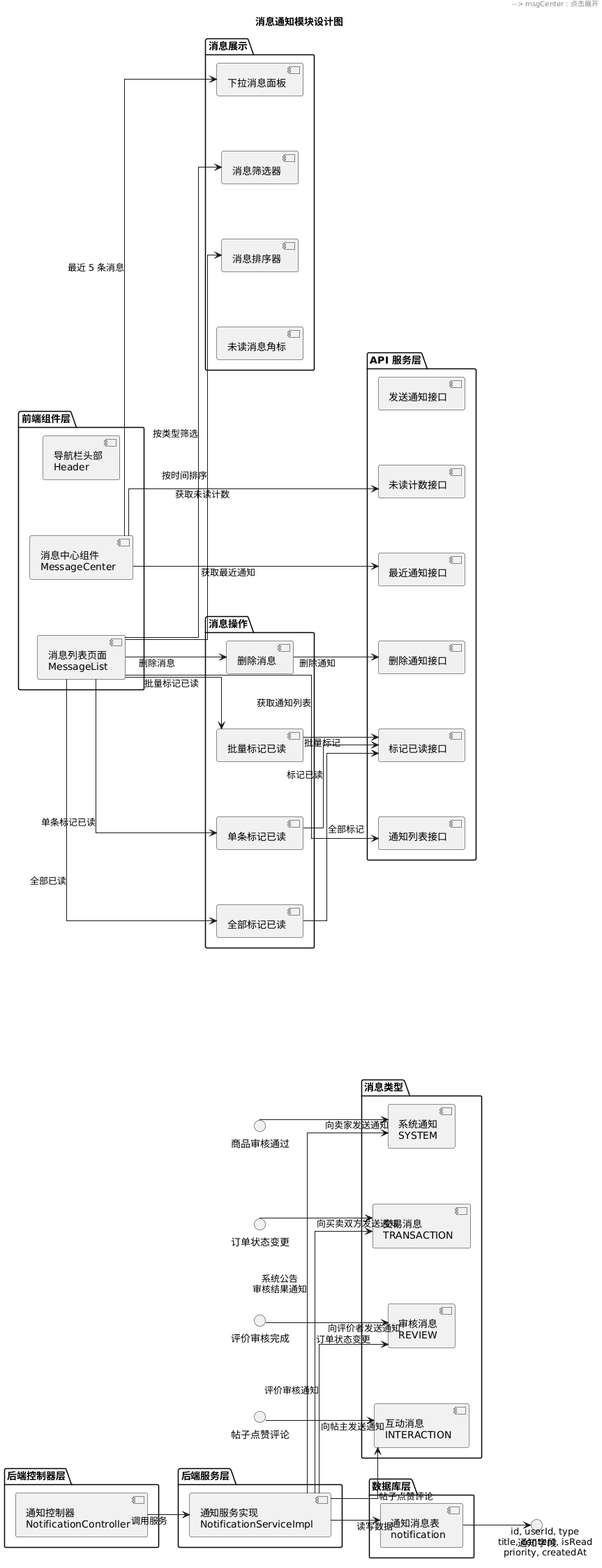
The PlantUML diagram docs/arch-notification.png in RYELOBE/hmapp01, before a commit.
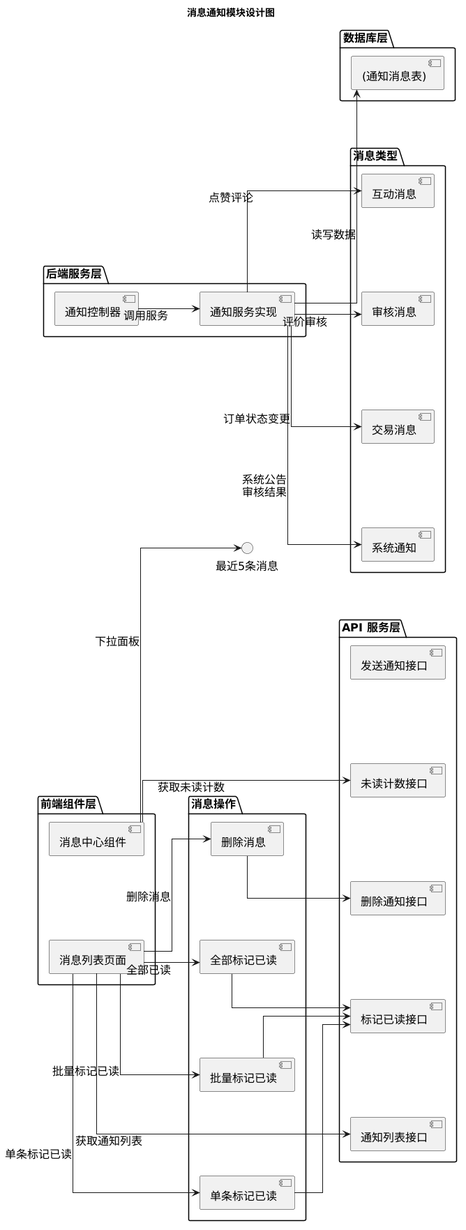
After the commit.

What changed in the source:
```diff
@@ -2,23 +2,16 @@
 skinparam backgroundColor #FFFFFF
 skinparam shadowing false
 skinparam linetype ortho
-skinparam nodesep 80
-skinparam ranksep 60
+skinparam nodesep 120
+skinparam ranksep 80
+skinparam defaultFontSize 16
 left to right direction
 
 title 消息通知模块设计图
 
 package "前端组件层" {
-    [消息中心组件\nMessageCenter] as msgCenter
-    [消息列表页面\nMessageList] as msgList
-    [导航栏头部\nHeader] as header
-}
-
-package "消息展示" {
-    [未读消息角标] as badge
-    [下拉消息面板] as dropdown
-    [消息筛选器] as filter
-    [消息排序器] as sort
+    [消息中心组件] as msgCenter
+    [消息列表页面] as msgList
 }
 
 package "消息操作" {
@@ -31,61 +24,46 @@
 package "API 服务层" {
     [通知列表接口] as listApi
     [未读计数接口] as countApi
-    [最近通知接口] as recentApi
     [标记已读接口] as markApi
     [删除通知接口] as deleteApi
     [发送通知接口] as sendApi
 }
 
-package "后端控制器层" {
-    [通知控制器\nNotificationController] as controller
-}
-
 package "后端服务层" {
-    [通知服务实现\nNotificationServiceImpl] as service
+    [通知控制器] as controller
+    [通知服务实现] as service
 }
 
 package "数据库层" {
-    [通知消息表\nnotification] as notifTable
+    [(通知消息表)] as notifTable
 }
 
 package "消息类型" {
-    [系统通知\nSYSTEM] as sysMsg
-    [交易消息\nTRANSACTION] as tradeMsg
-    [审核消息\nREVIEW] as reviewMsg
-    [互动消息\nINTERACTION] as interactMsg
+    [系统通知] as sysMsg
+    [交易消息] as tradeMsg
+    [审核消息] as reviewMsg
+    [互动消息] as interactMsg
 }
 
-header --> badge : 显示未读数量
-header --> msgCenter : 点击展开
-msgCenter --> dropdown : 最近 5 条消息
-msgList --> filter : 按类型筛选
-msgList --> sort : 按时间排序
+msgCenter --> countApi : 获取未读计数
+msgCenter --> "最近5条消息" : 下拉面板
+msgList --> listApi : 获取通知列表
 
 msgList --> markSingle : 单条标记已读
 msgList --> markBatch : 批量标记已读
 msgList --> markAll : 全部已读
 msgList --> delete : 删除消息
 
-msgCenter --> countApi : 获取未读计数
-msgCenter --> recentApi : 获取最近通知
-msgList --> listApi : 获取通知列表
-markSingle --> markApi : 标记已读
-markBatch --> markApi : 批量标记
-markAll --> markApi : 全部标记
-delete --> deleteApi : 删除通知
+markSingle --> markApi
+markBatch --> markApi
+markAll --> markApi
+delete --> deleteApi
 
 controller --> service : 调用服务
 service --> notifTable : 读写数据
-notifTable --> "通知字段" : id, userId, type\ntitle, content, isRead\npriority, createdAt
 
-service --> sysMsg : 系统公告\n审核结果通知
+service --> sysMsg : 系统公告\n审核结果
 service --> tradeMsg : 订单状态变更
-service --> reviewMsg : 评价审核通知
-service --> interactMsg : 帖子点赞评论
-
-"商品审核通过" --> sysMsg : 向卖家发送通知
-"订单状态变更" --> tradeMsg : 向买卖双方发送通知
-"评价审核完成" --> reviewMsg : 向评价者发送通知
-"帖子点赞评论" --> interactMsg : 向帖主发送通知
+service --> reviewMsg : 评价审核
+service --> interactMsg : 点赞评论
 @enduml
```
